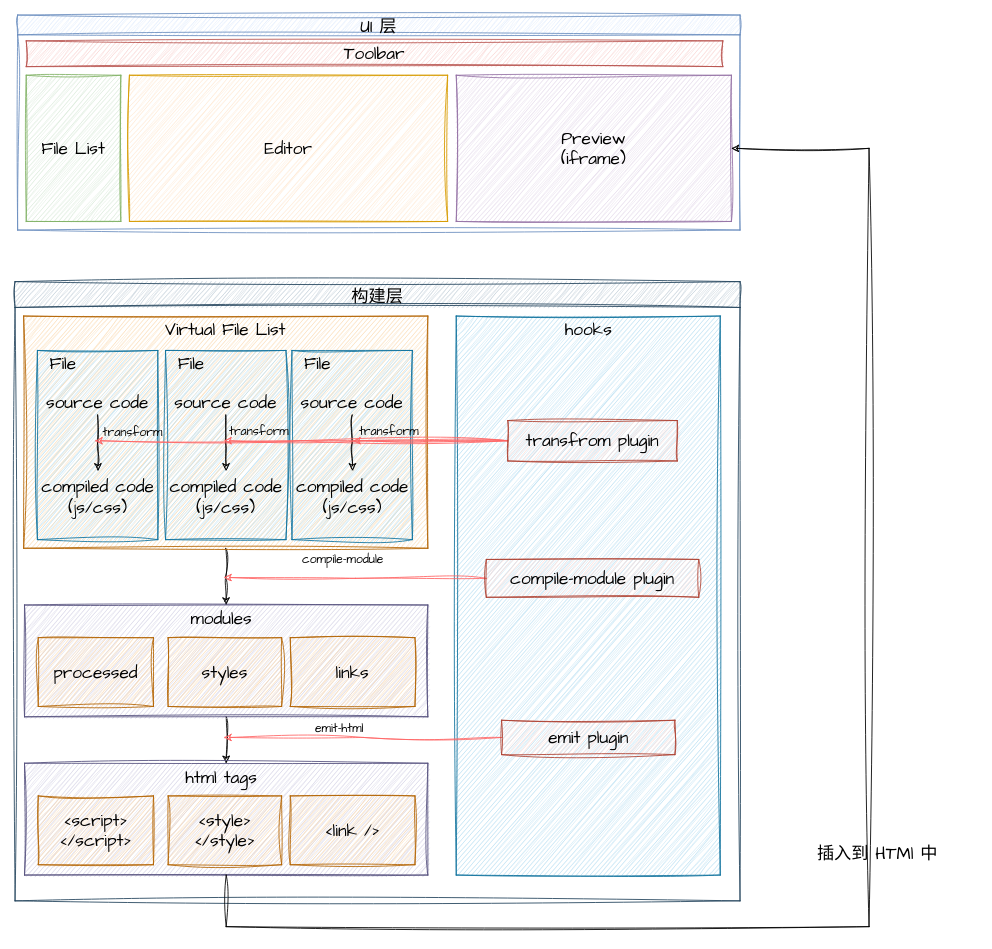
The draw.io diagram structure.drawio in zh-lx/draw.io, before the edit. Source tidied: cells renumbered, new cells numbered last; positions are measured from the earlier drawing's top-left corner, leaving out a move shared by most shapes. Both pictures are drawn from the tidied source at 86%, with x=0, y=0 at pixel (15, 15).
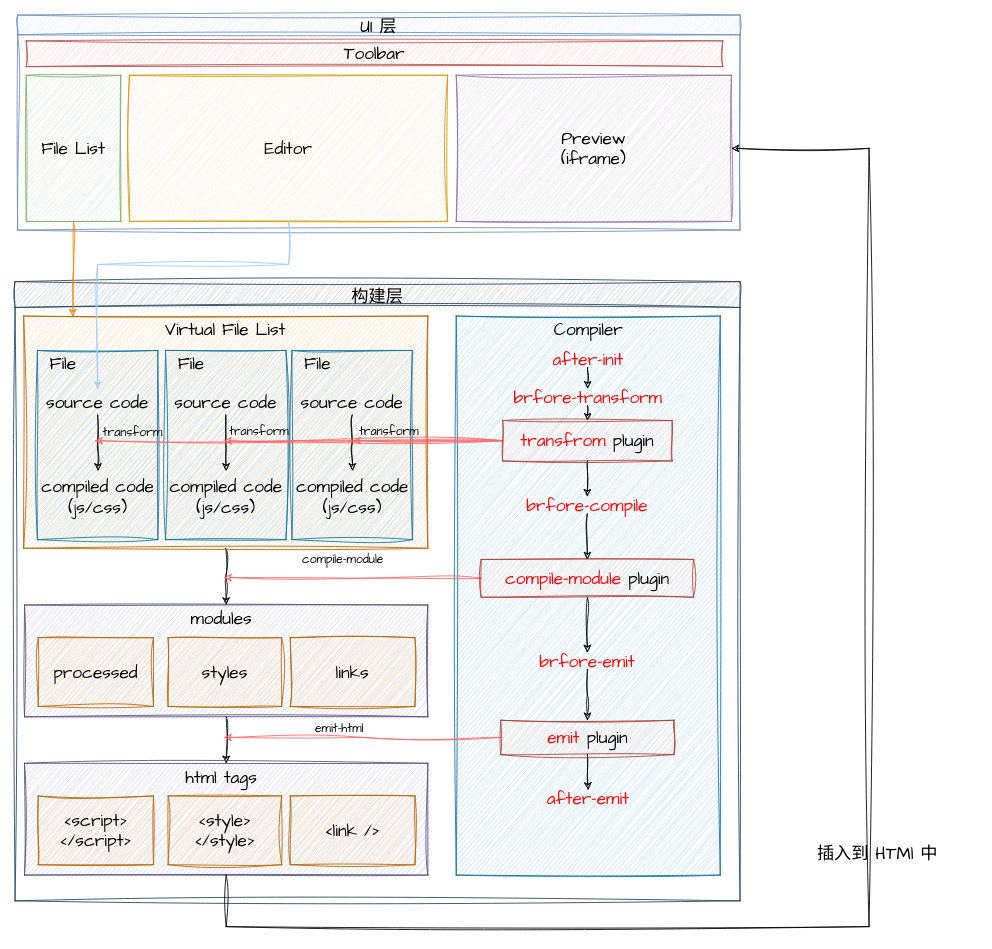
After the change.

The change refers to these unchanged cells:
```xml
<mxCell id="4" value="&lt;font face=&quot;Comic Sans MS&quot;&gt;File List&lt;/font&gt;" style="rounded=0;whiteSpace=wrap;html=1;sketch=1;hachureGap=4;jiggle=2;curveFitting=1;fontFamily=Architects Daughter;fontSize=20;fillColor=#d5e8d4;strokeColor=#82b366;" parent="2" vertex="1">
  <mxGeometry x="10" y="70" width="110" height="170" as="geometry" />
</mxCell>
<mxCell id="5" value="&lt;font face=&quot;Comic Sans MS&quot;&gt;Editor&lt;/font&gt;" style="rounded=0;whiteSpace=wrap;html=1;sketch=1;hachureGap=4;jiggle=2;curveFitting=1;fontFamily=Architects Daughter;fontSize=20;fillColor=#ffe6cc;strokeColor=#d79b00;" parent="2" vertex="1">
  <mxGeometry x="130" y="70" width="370" height="170" as="geometry" />
</mxCell>
<mxCell id="7" value="构建层" style="swimlane;sketch=1;hachureGap=4;jiggle=2;curveFitting=1;fontFamily=Comic Sans MS;fontSize=20;fontStyle=0;fillColor=#bac8d3;strokeColor=#23445d;startSize=30;" parent="1" vertex="1">
  <mxGeometry y="310" width="843" height="720" as="geometry" />
</mxCell>
<mxCell id="10" style="rounded=0;whiteSpace=wrap;html=1;sketch=1;hachureGap=4;jiggle=2;curveFitting=1;fontFamily=Architects Daughter;fontSize=20;fillColor=#fad7ac;strokeColor=#b46504;" parent="7" vertex="1">
  <mxGeometry x="10" y="40" width="470" height="270" as="geometry" />
</mxCell>
<mxCell id="15" value="&lt;font face=&quot;Comic Sans MS&quot;&gt;source code&lt;/font&gt;" style="text;html=1;strokeColor=none;fillColor=none;align=center;verticalAlign=middle;whiteSpace=wrap;rounded=0;fontSize=20;fontFamily=Architects Daughter;" parent="7" vertex="1">
  <mxGeometry x="31" y="125" width="130" height="30" as="geometry" />
</mxCell>
```

Change to the diagram source:
```diff
@@
+    <mxCell id="54" style="edgeStyle=orthogonalEdgeStyle;rounded=0;sketch=1;hachureGap=4;jiggle=2;curveFitting=1;jettySize=auto;html=1;exitX=0.5;exitY=1;exitDx=0;exitDy=0;entryX=0.5;entryY=0;entryDx=0;entryDy=0;fontFamily=Architects Daughter;fontSize=16;" parent="7" edge="1" source="30" target="62">
+      <mxGeometry relative="1" as="geometry" />
+    </mxCell>
-    <mxCell id="30" value="&lt;font face=&quot;Comic Sans MS&quot;&gt;transfrom plugin&lt;/font&gt;" style="rounded=0;whiteSpace=wrap;html=1;sketch=1;hachureGap=4;jiggle=2;curveFitting=1;fontFamily=Architects Daughter;fontSize=20;fillColor=#fad9d5;strokeColor=#ae4132;" parent="7" vertex="1">
-      <mxGeometry x="573" y="161.5" width="197" height="47" as="geometry" />
+    <mxCell id="30" value="&lt;font face=&quot;Comic Sans MS&quot;&gt;&lt;font color=&quot;#ff0000&quot;&gt;transfrom&lt;/font&gt; plugin&lt;/font&gt;" style="rounded=0;whiteSpace=wrap;html=1;sketch=1;hachureGap=4;jiggle=2;curveFitting=1;fontFamily=Architects Daughter;fontSize=20;fillColor=#fad9d5;strokeColor=#ae4132;" parent="7" vertex="1">
+      <mxGeometry x="567" y="161.5" width="197" height="47" as="geometry" />
     </mxCell>
@@
+    <mxCell id="55" style="edgeStyle=orthogonalEdgeStyle;rounded=0;sketch=1;hachureGap=4;jiggle=2;curveFitting=1;jettySize=auto;html=1;exitX=0.5;exitY=1;exitDx=0;exitDy=0;entryX=0.5;entryY=0;entryDx=0;entryDy=0;fontFamily=Architects Daughter;fontSize=16;" parent="7" edge="1" source="41" target="64">
+      <mxGeometry relative="1" as="geometry" />
+    </mxCell>
-    <mxCell id="41" value="&lt;font face=&quot;Comic Sans MS&quot;&gt;compile-module plugin&lt;br&gt;&lt;/font&gt;" style="rounded=0;whiteSpace=wrap;html=1;sketch=1;hachureGap=4;jiggle=2;curveFitting=1;fontFamily=Architects Daughter;fontSize=20;fillColor=#fad9d5;strokeColor=#ae4132;" parent="7" vertex="1">
-      <mxGeometry x="548" y="323" width="247" height="44" as="geometry" />
+    <mxCell id="41" value="&lt;font face=&quot;Comic Sans MS&quot;&gt;&lt;font color=&quot;#ff0000&quot;&gt;compile-module&lt;/font&gt; plugin&lt;br&gt;&lt;/font&gt;" style="rounded=0;whiteSpace=wrap;html=1;sketch=1;hachureGap=4;jiggle=2;curveFitting=1;fontFamily=Architects Daughter;fontSize=20;fillColor=#fad9d5;strokeColor=#ae4132;" parent="7" vertex="1">
+      <mxGeometry x="542" y="323" width="247" height="44" as="geometry" />
     </mxCell>
@@
+    <mxCell id="56" style="edgeStyle=orthogonalEdgeStyle;rounded=0;sketch=1;hachureGap=4;jiggle=2;curveFitting=1;jettySize=auto;html=1;exitX=0.5;exitY=1;exitDx=0;exitDy=0;entryX=0.5;entryY=0;entryDx=0;entryDy=0;fontFamily=Architects Daughter;fontSize=16;" parent="7" edge="1" source="49" target="65">
+      <mxGeometry relative="1" as="geometry" />
+    </mxCell>
-    <mxCell id="49" value="&lt;font face=&quot;Comic Sans MS&quot;&gt;emit plugin&lt;br&gt;&lt;/font&gt;" style="rounded=0;whiteSpace=wrap;html=1;sketch=1;hachureGap=4;jiggle=2;curveFitting=1;fontFamily=Architects Daughter;fontSize=20;fillColor=#fad9d5;strokeColor=#ae4132;" parent="7" vertex="1">
-      <mxGeometry x="565.8" y="510" width="201.5" height="40" as="geometry" />
+    <mxCell id="49" value="&lt;font face=&quot;Comic Sans MS&quot;&gt;&lt;font color=&quot;#ff0000&quot;&gt;emit&lt;/font&gt; plugin&lt;br&gt;&lt;/font&gt;" style="rounded=0;whiteSpace=wrap;html=1;sketch=1;hachureGap=4;jiggle=2;curveFitting=1;fontFamily=Architects Daughter;fontSize=20;fillColor=#fad9d5;strokeColor=#ae4132;" parent="7" vertex="1">
+      <mxGeometry x="564.8" y="510" width="201.5" height="40" as="geometry" />
     </mxCell>
@@
-    <mxCell id="51" value="&lt;font face=&quot;Comic Sans MS&quot;&gt;hooks&lt;/font&gt;" style="text;html=1;strokeColor=none;fillColor=none;align=center;verticalAlign=middle;whiteSpace=wrap;rounded=0;fontSize=20;fontFamily=Architects Daughter;" parent="7" vertex="1">
+    <mxCell id="51" value="&lt;font face=&quot;Comic Sans MS&quot;&gt;Compiler&lt;/font&gt;" style="text;html=1;strokeColor=none;fillColor=none;align=center;verticalAlign=middle;whiteSpace=wrap;rounded=0;fontSize=20;fontFamily=Architects Daughter;" parent="7" vertex="1">
       <mxGeometry x="581.5" y="40" width="170" height="30" as="geometry" />
     </mxCell>
+    <mxCell id="57" style="edgeStyle=orthogonalEdgeStyle;rounded=0;sketch=1;hachureGap=4;jiggle=2;curveFitting=1;jettySize=auto;html=1;exitX=0.5;exitY=1;exitDx=0;exitDy=0;entryX=0.5;entryY=0;entryDx=0;entryDy=0;fontFamily=Architects Daughter;fontSize=16;" parent="7" edge="1" source="58" target="60">
+      <mxGeometry relative="1" as="geometry" />
+    </mxCell>
+    <mxCell id="58" value="&lt;font face=&quot;Comic Sans MS&quot;&gt;after-init&lt;/font&gt;" style="text;html=1;strokeColor=none;fillColor=none;align=center;verticalAlign=middle;whiteSpace=wrap;rounded=0;fontSize=20;fontFamily=Architects Daughter;fontColor=#FF0000;" parent="7" vertex="1">
+      <mxGeometry x="581.5" y="80" width="168.5" height="20" as="geometry" />
+    </mxCell>
+    <mxCell id="59" style="edgeStyle=orthogonalEdgeStyle;rounded=0;sketch=1;hachureGap=4;jiggle=2;curveFitting=1;jettySize=auto;html=1;exitX=0.5;exitY=1;exitDx=0;exitDy=0;entryX=0.5;entryY=0;entryDx=0;entryDy=0;fontFamily=Architects Daughter;fontSize=16;" parent="7" edge="1" source="60" target="30">
+      <mxGeometry relative="1" as="geometry" />
+    </mxCell>
+    <mxCell id="60" value="&lt;font face=&quot;Comic Sans MS&quot;&gt;brfore-transform&lt;/font&gt;" style="text;html=1;strokeColor=none;fillColor=none;align=center;verticalAlign=middle;whiteSpace=wrap;rounded=0;fontSize=20;fontFamily=Architects Daughter;fontColor=#FF0000;" parent="7" vertex="1">
+      <mxGeometry x="571.5" y="124.5" width="188.5" height="20" as="geometry" />
+    </mxCell>
+    <mxCell id="61" style="edgeStyle=orthogonalEdgeStyle;rounded=0;sketch=1;hachureGap=4;jiggle=2;curveFitting=1;jettySize=auto;html=1;exitX=0.5;exitY=1;exitDx=0;exitDy=0;entryX=0.5;entryY=0;entryDx=0;entryDy=0;fontFamily=Architects Daughter;fontSize=16;" parent="7" edge="1" source="62" target="41">
+      <mxGeometry relative="1" as="geometry" />
+    </mxCell>
+    <mxCell id="62" value="&lt;font face=&quot;Comic Sans MS&quot;&gt;brfore-compile&lt;/font&gt;" style="text;html=1;strokeColor=none;fillColor=none;align=center;verticalAlign=middle;whiteSpace=wrap;rounded=0;fontSize=20;fontFamily=Architects Daughter;fontColor=#FF0000;" parent="7" vertex="1">
+      <mxGeometry x="571.2" y="250" width="188.5" height="20" as="geometry" />
+    </mxCell>
+    <mxCell id="63" style="edgeStyle=orthogonalEdgeStyle;rounded=0;sketch=1;hachureGap=4;jiggle=2;curveFitting=1;jettySize=auto;html=1;exitX=0.5;exitY=1;exitDx=0;exitDy=0;entryX=0.5;entryY=0;entryDx=0;entryDy=0;fontFamily=Architects Daughter;fontSize=16;" parent="7" edge="1" source="64" target="49">
+      <mxGeometry relative="1" as="geometry" />
+    </mxCell>
+    <mxCell id="64" value="&lt;font face=&quot;Comic Sans MS&quot;&gt;brfore-emit&lt;/font&gt;" style="text;html=1;strokeColor=none;fillColor=none;align=center;verticalAlign=middle;whiteSpace=wrap;rounded=0;fontSize=20;fontFamily=Architects Daughter;fontColor=#FF0000;" parent="7" vertex="1">
+      <mxGeometry x="571.2" y="431" width="188.5" height="20" as="geometry" />
+    </mxCell>
+    <mxCell id="65" value="&lt;font face=&quot;Comic Sans MS&quot;&gt;after-emit&lt;/font&gt;" style="text;html=1;strokeColor=none;fillColor=none;align=center;verticalAlign=middle;whiteSpace=wrap;rounded=0;fontSize=20;fontFamily=Architects Daughter;fontColor=#FF0000;" parent="7" vertex="1">
+      <mxGeometry x="572.2" y="591" width="188.5" height="20" as="geometry" />
+    </mxCell>
@@
+    <mxCell id="66" style="edgeStyle=orthogonalEdgeStyle;rounded=0;sketch=1;hachureGap=4;jiggle=2;curveFitting=1;jettySize=auto;html=1;exitX=0.5;exitY=1;exitDx=0;exitDy=0;entryX=0.122;entryY=0.003;entryDx=0;entryDy=0;entryPerimeter=0;fontFamily=Architects Daughter;fontSize=16;strokeColor=#FF8000;" parent="1" edge="1" source="4" target="10">
+      <mxGeometry relative="1" as="geometry" />
+    </mxCell>
+    <mxCell id="67" style="edgeStyle=orthogonalEdgeStyle;rounded=0;sketch=1;hachureGap=4;jiggle=2;curveFitting=1;jettySize=auto;html=1;exitX=0.5;exitY=1;exitDx=0;exitDy=0;entryX=0.5;entryY=0;entryDx=0;entryDy=0;fontFamily=Architects Daughter;fontSize=16;strokeColor=#99CCFF;" parent="1" edge="1" source="5" target="15">
+      <mxGeometry relative="1" as="geometry">
+        <Array as="points">
+          <mxPoint x="318" y="290" />
+          <mxPoint x="96" y="290" />
+        </Array>
+      </mxGeometry>
+    </mxCell>
```
